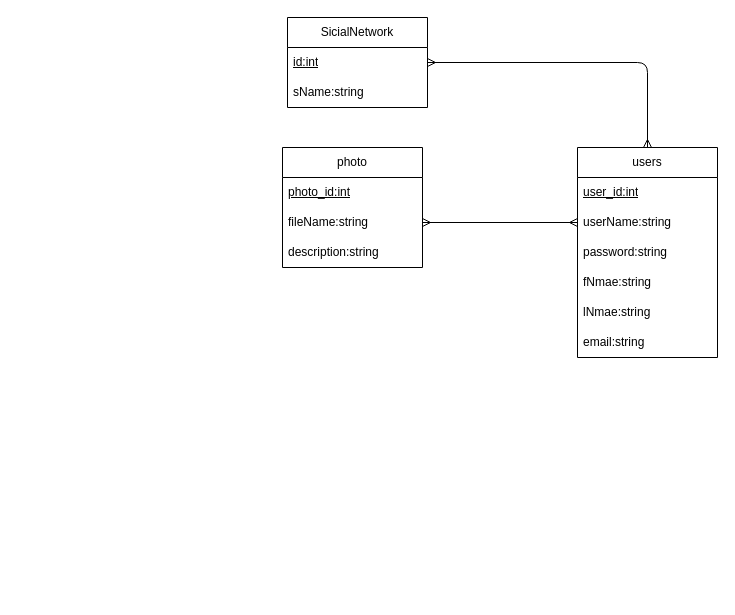
Before: page "UML" (3 of 3) of Socialnetwork.drawio in nazilaAz/Database-Development, a draw.io diagram. Source tidied: cells renumbered, new cells numbered last; positions are measured from the earlier drawing's top-left corner, leaving out a move shared by most shapes. Both pictures are drawn from the tidied source at 100%, with x=0, y=0 at pixel (282, 17).
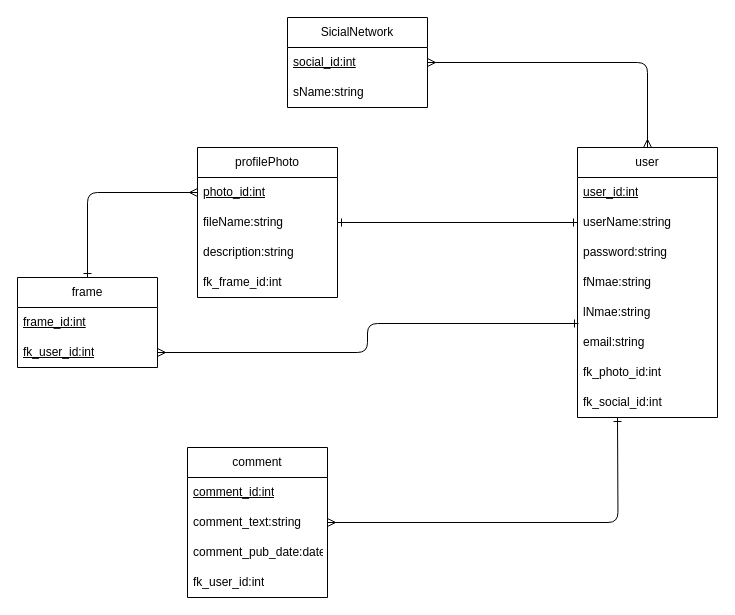
The same diagram, later.

Commit message:
social media

Unchanged cells that the change refers to:
```xml
<mxCell id="2" value="SicialNetwork" style="swimlane;fontStyle=0;horizontal=1;startSize=30;whiteSpace=wrap;html=1;" parent="1" vertex="1">
  <mxGeometry x="5" width="140" height="90" as="geometry" />
</mxCell>
<mxCell id="7" value="userName:string" style="text;strokeColor=none;fillColor=none;align=left;verticalAlign=middle;spacingLeft=4;spacingRight=4;overflow=hidden;points=[[0,0.5],[1,0.5]];portConstraint=eastwest;whiteSpace=wrap;html=1;" parent="5" vertex="1">
  <mxGeometry y="60" width="140" height="30" as="geometry" />
</mxCell>
<mxCell id="11" value="email:string" style="text;strokeColor=none;fillColor=none;align=left;verticalAlign=middle;spacingLeft=4;spacingRight=4;overflow=hidden;points=[[0,0.5],[1,0.5]];portConstraint=eastwest;whiteSpace=wrap;html=1;" parent="5" vertex="1">
  <mxGeometry y="180" width="140" height="30" as="geometry" />
</mxCell>
<mxCell id="14" value="photo_id:int" style="text;strokeColor=none;fillColor=none;align=left;verticalAlign=middle;spacingLeft=4;spacingRight=4;overflow=hidden;points=[[0,0.5],[1,0.5]];portConstraint=eastwest;whiteSpace=wrap;html=1;fontStyle=4;" parent="13" vertex="1">
  <mxGeometry y="30" width="140" height="30" as="geometry" />
</mxCell>
<mxCell id="15" value="fileName:string" style="text;strokeColor=none;fillColor=none;align=left;verticalAlign=middle;spacingLeft=4;spacingRight=4;overflow=hidden;points=[[0,0.5],[1,0.5]];portConstraint=eastwest;whiteSpace=wrap;html=1;" parent="13" vertex="1">
  <mxGeometry y="60" width="140" height="30" as="geometry" />
</mxCell>
```

The edit, as a diff of the source:
```diff
@@
-    <mxCell id="3" value="id:int" style="text;strokeColor=none;fillColor=none;align=left;verticalAlign=middle;spacingLeft=4;spacingRight=4;overflow=hidden;points=[[0,0.5],[1,0.5]];portConstraint=eastwest;whiteSpace=wrap;html=1;fontStyle=4;" parent="2" vertex="1">
+    <mxCell id="3" value="social_id:int" style="text;strokeColor=none;fillColor=none;align=left;verticalAlign=middle;spacingLeft=4;spacingRight=4;overflow=hidden;points=[[0,0.5],[1,0.5]];portConstraint=eastwest;whiteSpace=wrap;html=1;fontStyle=4;" parent="2" vertex="1">
       <mxGeometry y="30" width="140" height="30" as="geometry" />
     </mxCell>
@@
-    <mxCell id="5" value="users" style="swimlane;fontStyle=0;horizontal=1;startSize=30;whiteSpace=wrap;html=1;" parent="1" vertex="1">
-      <mxGeometry x="295" y="130" width="140" height="210" as="geometry" />
+    <mxCell id="5" value="user" style="swimlane;fontStyle=0;horizontal=1;startSize=30;whiteSpace=wrap;html=1;" parent="1" vertex="1">
+      <mxGeometry x="295" y="130" width="140" height="270" as="geometry" />
     </mxCell>
@@
+    <mxCell id="18" value="fk_photo_id:int" style="text;strokeColor=none;fillColor=none;align=left;verticalAlign=middle;spacingLeft=4;spacingRight=4;overflow=hidden;whiteSpace=wrap;html=1;" parent="5" vertex="1">
+      <mxGeometry y="210" width="140" height="30" as="geometry" />
+    </mxCell>
+    <mxCell id="19" value="fk_social_id:int" style="text;strokeColor=none;fillColor=none;align=left;verticalAlign=middle;spacingLeft=4;spacingRight=4;overflow=hidden;whiteSpace=wrap;html=1;" parent="5" vertex="1">
+      <mxGeometry y="240" width="140" height="30" as="geometry" />
+    </mxCell>
@@
-    <mxCell id="13" value="photo" style="swimlane;fontStyle=0;horizontal=1;startSize=30;whiteSpace=wrap;html=1;" parent="1" vertex="1">
-      <mxGeometry y="130" width="140" height="120" as="geometry" />
+    <mxCell id="13" value="profilePhoto" style="swimlane;fontStyle=0;horizontal=1;startSize=30;whiteSpace=wrap;html=1;" parent="1" vertex="1">
+      <mxGeometry x="-85" y="130" width="140" height="150" as="geometry" />
     </mxCell>
@@
+    <mxCell id="20" value="fk_frame_id:int" style="text;strokeColor=none;fillColor=none;align=left;verticalAlign=middle;spacingLeft=4;spacingRight=4;overflow=hidden;whiteSpace=wrap;html=1;" parent="13" vertex="1">
+      <mxGeometry y="120" width="140" height="30" as="geometry" />
+    </mxCell>
-    <mxCell id="17" style="edgeStyle=orthogonalEdgeStyle;html=1;exitX=1;exitY=0.5;exitDx=0;exitDy=0;startArrow=ERmany;startFill=0;endArrow=ERmany;endFill=0;" parent="1" edge="1" source="15" target="7">
+    <mxCell id="17" style="edgeStyle=orthogonalEdgeStyle;html=1;exitX=1;exitY=0.5;exitDx=0;exitDy=0;startArrow=ERone;startFill=0;endArrow=ERone;endFill=0;" parent="1" edge="1" source="15" target="7">
       <mxGeometry relative="1" as="geometry" />
     </mxCell>
+    <mxCell id="21" value="comment" style="swimlane;fontStyle=0;horizontal=1;startSize=30;whiteSpace=wrap;html=1;" parent="1" vertex="1">
+      <mxGeometry x="-95" y="430" width="140" height="150" as="geometry" />
+    </mxCell>
+    <mxCell id="22" value="comment_id:int" style="text;strokeColor=none;fillColor=none;align=left;verticalAlign=middle;spacingLeft=4;spacingRight=4;overflow=hidden;whiteSpace=wrap;html=1;fontStyle=4;" parent="21" vertex="1">
+      <mxGeometry y="30" width="140" height="30" as="geometry" />
+    </mxCell>
+    <mxCell id="23" value="comment_text:string" style="text;strokeColor=none;fillColor=none;align=left;verticalAlign=middle;spacingLeft=4;spacingRight=4;overflow=hidden;points=[[0,0.5],[1,0.5]];portConstraint=eastwest;whiteSpace=wrap;html=1;" parent="21" vertex="1">
+      <mxGeometry y="60" width="140" height="30" as="geometry" />
+    </mxCell>
+    <mxCell id="24" value="comment_pub_date:date" style="text;strokeColor=none;fillColor=none;align=left;verticalAlign=middle;spacingLeft=4;spacingRight=4;overflow=hidden;whiteSpace=wrap;html=1;" parent="21" vertex="1">
+      <mxGeometry y="90" width="140" height="30" as="geometry" />
+    </mxCell>
+    <mxCell id="25" value="fk_user_id:int" style="text;strokeColor=none;fillColor=none;align=left;verticalAlign=middle;spacingLeft=4;spacingRight=4;overflow=hidden;whiteSpace=wrap;html=1;" parent="21" vertex="1">
+      <mxGeometry y="120" width="140" height="30" as="geometry" />
+    </mxCell>
+    <mxCell id="26" style="edgeStyle=orthogonalEdgeStyle;html=1;exitX=1;exitY=0.5;exitDx=0;exitDy=0;startArrow=ERmany;startFill=0;endArrow=ERone;endFill=0;" parent="1" edge="1" source="23">
+      <mxGeometry relative="1" as="geometry">
+        <mxPoint x="335" y="400" as="targetPoint" />
+      </mxGeometry>
+    </mxCell>
+    <mxCell id="27" style="edgeStyle=orthogonalEdgeStyle;html=1;exitX=0.5;exitY=0;exitDx=0;exitDy=0;entryX=0;entryY=0.5;entryDx=0;entryDy=0;startArrow=ERone;startFill=0;endArrow=ERmany;endFill=0;" parent="1" edge="1" source="28" target="14">
+      <mxGeometry relative="1" as="geometry" />
+    </mxCell>
+    <mxCell id="28" value="frame" style="swimlane;fontStyle=0;horizontal=1;startSize=30;whiteSpace=wrap;html=1;" parent="1" vertex="1">
+      <mxGeometry x="-265" y="260" width="140" height="90" as="geometry" />
+    </mxCell>
+    <mxCell id="29" value="frame_id:int" style="text;strokeColor=none;fillColor=none;align=left;verticalAlign=middle;spacingLeft=4;spacingRight=4;overflow=hidden;whiteSpace=wrap;html=1;fontStyle=4;" parent="28" vertex="1">
+      <mxGeometry y="30" width="140" height="30" as="geometry" />
+    </mxCell>
+    <mxCell id="30" value="fk_user_id:int" style="text;strokeColor=none;fillColor=none;align=left;verticalAlign=middle;spacingLeft=4;spacingRight=4;overflow=hidden;points=[[0,0.5],[1,0.5]];portConstraint=eastwest;whiteSpace=wrap;html=1;fontStyle=4;" parent="28" vertex="1">
+      <mxGeometry y="60" width="140" height="30" as="geometry" />
+    </mxCell>
+    <mxCell id="31" style="edgeStyle=orthogonalEdgeStyle;html=1;exitX=1;exitY=0.5;exitDx=0;exitDy=0;entryX=0.007;entryY=-0.133;entryDx=0;entryDy=0;entryPerimeter=0;startArrow=ERmany;startFill=0;endArrow=ERone;endFill=0;" parent="1" edge="1" source="30" target="11">
+      <mxGeometry relative="1" as="geometry" />
+    </mxCell>
```
